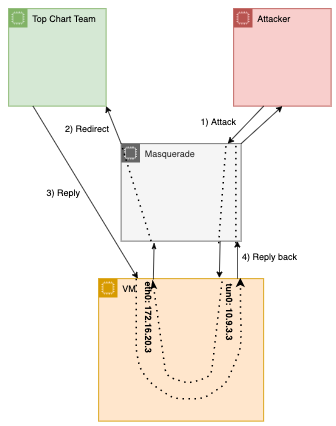
This is images/Redirector.png from afshin-deriv/JSY-ACE, a draw.io export, as it was before one commit. Source tidied: cells renumbered, new cells last; positions are measured from the earlier drawing's top-left corner, leaving out a move shared by most shapes.
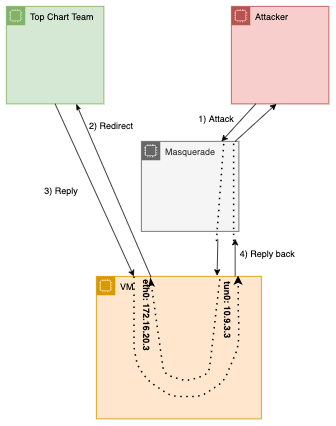
After the change.

What changed in the source:
```diff
@@ -9,13 +9,15 @@
       <mxGeometry x="300" width="130" height="130" as="geometry" />
     </mxCell>
     <mxCell id="4" value="Masquerade" style="points=[[0,0],[0.25,0],[0.5,0],[0.75,0],[1,0],[1,0.25],[1,0.5],[1,0.75],[1,1],[0.75,1],[0.5,1],[0.25,1],[0,1],[0,0.75],[0,0.5],[0,0.25]];outlineConnect=0;html=1;whiteSpace=wrap;fontSize=12;fontStyle=0;shape=mxgraph.aws4.group;grIcon=mxgraph.aws4.group_ec2_instance_contents;strokeColor=#666666;fillColor=#f5f5f5;verticalAlign=top;align=left;spacingLeft=30;fontColor=#333333;dashed=0;" parent="1" vertex="1">
-      <mxGeometry x="150" y="180" width="160" height="130" as="geometry" />
+      <mxGeometry x="180" y="180" width="130" height="120" as="geometry" />
     </mxCell>
     <mxCell id="5" value="VM" style="points=[[0,0],[0.25,0],[0.5,0],[0.75,0],[1,0],[1,0.25],[1,0.5],[1,0.75],[1,1],[0.75,1],[0.5,1],[0.25,1],[0,1],[0,0.75],[0,0.5],[0,0.25]];outlineConnect=0;html=1;whiteSpace=wrap;fontSize=12;fontStyle=0;shape=mxgraph.aws4.group;grIcon=mxgraph.aws4.group_ec2_instance_contents;strokeColor=#d79b00;fillColor=#ffe6cc;verticalAlign=top;align=left;spacingLeft=30;dashed=0;" parent="1" vertex="1">
       <mxGeometry x="120" y="360" width="220" height="190" as="geometry" />
     </mxCell>
-    <mxCell id="6" style="endArrow=classic;html=1;exitX=0.308;exitY=1;exitDx=0;exitDy=0;exitPerimeter=0;" parent="1" edge="1" source="3" target="4">
-      <mxGeometry relative="1" as="geometry" />
+    <mxCell id="6" style="endArrow=classic;html=1;exitX=0.25;exitY=1;exitDx=0;exitDy=0;" parent="1" edge="1" source="3">
+      <mxGeometry relative="1" as="geometry">
+        <mxPoint x="286.8" y="180" as="targetPoint" />
+      </mxGeometry>
     </mxCell>
     <mxCell id="7" value="1) Attack" style="text;html=1;strokeColor=none;fillColor=none;align=center;verticalAlign=middle;whiteSpace=wrap;rounded=0;" parent="1" vertex="1">
       <mxGeometry x="250" y="140" width="60" height="20" as="geometry" />
@@ -26,9 +28,6 @@
         <mxPoint x="290" y="180" as="targetPoint" />
       </mxGeometry>
     </mxCell>
-    <mxCell id="9" style="endArrow=none;html=1;exitX=1;exitY=1;exitDx=0;exitDy=0;entryX=0;entryY=0;entryDx=0;entryDy=0;endFill=0;startArrow=classic;startFill=1;" parent="1" edge="1" source="2" target="4">
-      <mxGeometry relative="1" as="geometry" />
-    </mxCell>
     <mxCell id="10" style="endArrow=classic;html=1;entryX=0.677;entryY=-0.005;entryDx=0;entryDy=0;entryPerimeter=0;" parent="1" edge="1">
       <mxGeometry relative="1" as="geometry">
         <mxPoint x="282" y="310" as="sourcePoint" />
@@ -50,20 +49,18 @@
         </Array>
       </mxGeometry>
     </mxCell>
-    <mxCell id="14" style="endArrow=none;html=1;entryX=0.677;entryY=-0.005;entryDx=0;entryDy=0;entryPerimeter=0;endFill=0;startArrow=classicThin;startFill=1;" parent="1" edge="1">
+    <mxCell id="14" style="endArrow=none;html=1;entryX=0.677;entryY=-0.005;entryDx=0;entryDy=0;entryPerimeter=0;endFill=0;startArrow=classicThin;startFill=1;" parent="1" edge="1" source="2">
       <mxGeometry relative="1" as="geometry">
-        <mxPoint x="194" y="312" as="sourcePoint" />
         <mxPoint x="192.9" y="361" as="targetPoint" />
       </mxGeometry>
     </mxCell>
     <mxCell id="15" value="2) Redirect" style="text;html=1;strokeColor=none;fillColor=none;align=center;verticalAlign=middle;whiteSpace=wrap;rounded=0;" parent="1" vertex="1">
-      <mxGeometry x="70" y="150" width="70" height="20" as="geometry" />
+      <mxGeometry x="105" y="149" width="70" height="20" as="geometry" />
     </mxCell>
-    <mxCell id="16" style="endArrow=none;dashed=1;html=1;dashPattern=1 3;strokeWidth=2;entryX=0;entryY=0;entryDx=0;entryDy=0;exitX=0.25;exitY=1;exitDx=0;exitDy=0;" parent="1" edge="1" source="4" target="4">
-      <mxGeometry relative="1" as="geometry" />
-    </mxCell>
-    <mxCell id="17" style="endArrow=classic;html=1;exitX=0.25;exitY=1;exitDx=0;exitDy=0;endFill=1;startArrow=none;startFill=0;" parent="1" edge="1" source="2" target="5">
-      <mxGeometry relative="1" as="geometry" />
+    <mxCell id="17" style="endArrow=classic;html=1;exitX=0.5;exitY=1;exitDx=0;exitDy=0;endFill=1;startArrow=none;startFill=0;" parent="1" edge="1" source="2">
+      <mxGeometry relative="1" as="geometry">
+        <mxPoint x="170" y="360" as="targetPoint" />
+      </mxGeometry>
     </mxCell>
     <mxCell id="18" value="3) Reply&amp;nbsp;" style="text;html=1;strokeColor=none;fillColor=none;align=center;verticalAlign=middle;whiteSpace=wrap;rounded=0;" parent="1" vertex="1">
       <mxGeometry x="40" y="235" width="70" height="20" as="geometry" />
@@ -102,9 +99,10 @@
         <mxPoint x="303" y="180" as="targetPoint" />
       </mxGeometry>
     </mxCell>
-    <mxCell id="23" style="endArrow=classic;html=1;entryX=0.5;entryY=1;entryDx=0;entryDy=0;" parent="1" edge="1" target="3">
+    <mxCell id="23" style="endArrow=classic;html=1;entryX=0.5;entryY=1;entryDx=0;entryDy=0;" parent="1" edge="1">
       <mxGeometry relative="1" as="geometry">
-        <mxPoint x="310" y="180" as="sourcePoint" />
+        <mxPoint x="305" y="180" as="sourcePoint" />
+        <mxPoint x="360" y="130" as="targetPoint" />
       </mxGeometry>
     </mxCell>
   </root>
```
